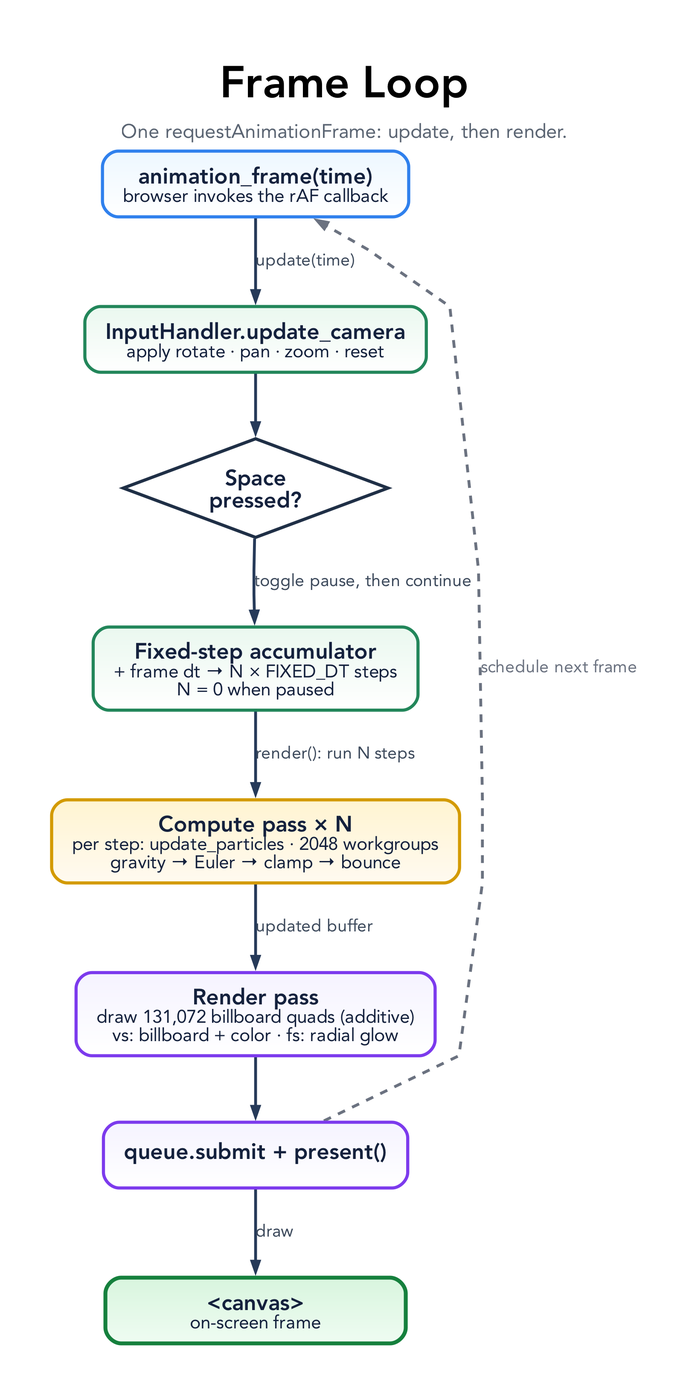
Above: docs/diagrams/frame-loop.png in tre-systems/galacto (Graphviz), before the change. Its source is kept beside it as docs/diagrams/frame-loop.dot.
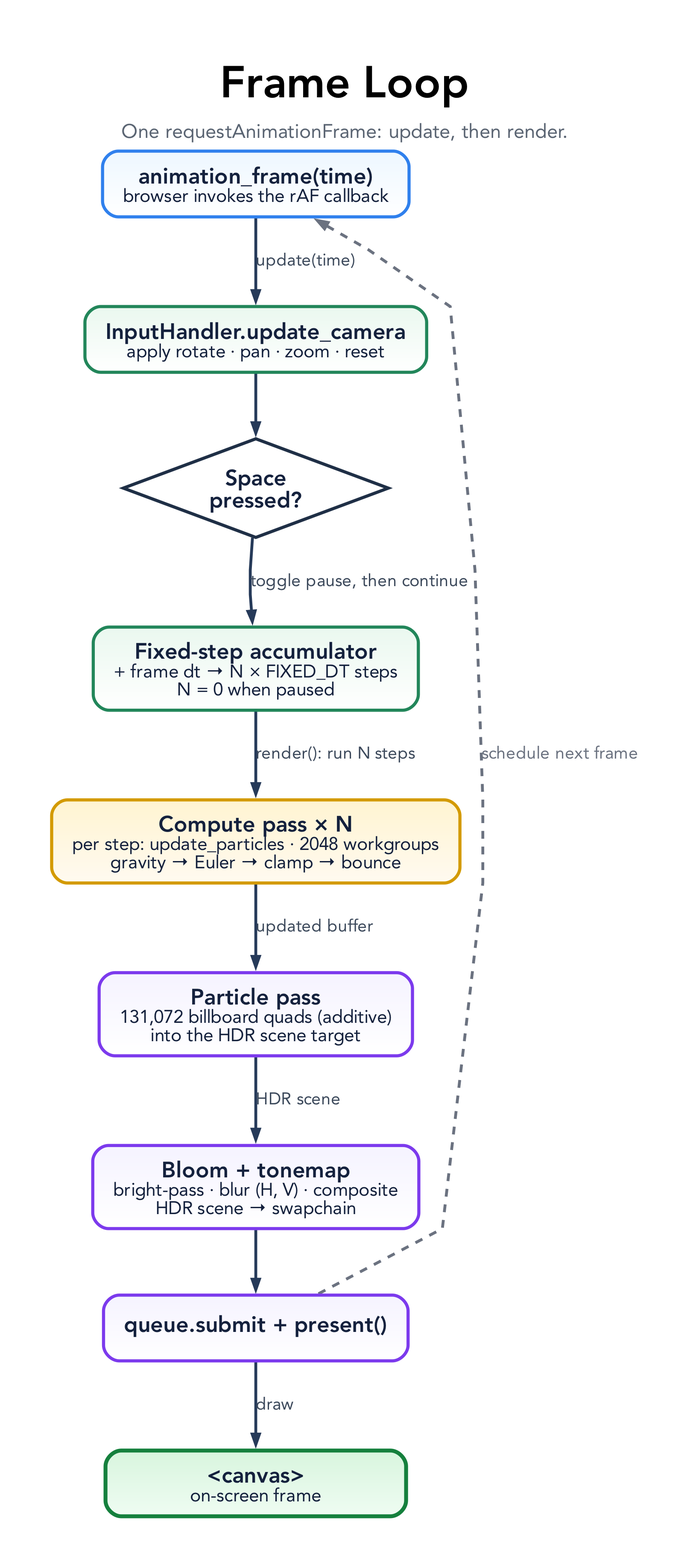
After the commit.

Commit message:
docs: document HDR bloom post-processing

Sync ARCHITECTURE (repo layout adds postprocess.rs/post.wgsl, the frame breakdown gains the HDR particle pass + bloom passes, and a Post-processing section) and the frame-loop diagram (Bloom + tonemap step). Broader docs/diagram refresh across the session's changes is still open.

Change to the diagram source:
```diff
@@ -51,7 +51,8 @@
   U3 [label=<<B>Fixed-step accumulator</B><BR/><FONT POINT-SIZE="14">+ frame dt → N × FIXED_DT steps<BR/>N = 0 when paused</FONT>>, fillcolor="#eaf8ef:#ffffff", color="#22865a"];
 
   CP [label=<<B>Compute pass × N</B><BR/><FONT POINT-SIZE="14">per step: update_particles · 2048 workgroups<BR/>gravity → Euler → clamp → bounce</FONT>>, fillcolor="#fff4d1:#fffaf0", color="#d39a00"];
-  RP [label=<<B>Render pass</B><BR/><FONT POINT-SIZE="14">draw 131,072 billboard quads (additive)<BR/>vs: billboard + color · fs: radial glow</FONT>>, fillcolor="#f5f3ff:#ffffff", color="#7c3aed"];
+  RP [label=<<B>Particle pass</B><BR/><FONT POINT-SIZE="14">131,072 billboard quads (additive)<BR/>into the HDR scene target</FONT>>, fillcolor="#f5f3ff:#ffffff", color="#7c3aed"];
+  BLOOM [label=<<B>Bloom + tonemap</B><BR/><FONT POINT-SIZE="14">bright-pass · blur (H, V) · composite<BR/>HDR scene → swapchain</FONT>>, fillcolor="#f5f3ff:#ffffff", color="#7c3aed"];
   PRES [label=<<B>queue.submit + present()</B>>, fillcolor="#f5f3ff:#ffffff", color="#7c3aed"];
 
   CANVAS [label=<<B>&lt;canvas&gt;</B><BR/><FONT POINT-SIZE="14">on-screen frame</FONT>>, fillcolor="#d8f5de:#effcf2", color="#15803d", penwidth=3.0];
@@ -61,7 +62,8 @@
   U2 -> U3 [label="toggle pause, then continue"];
   U3 -> CP [label="render(): run N steps"];
   CP -> RP [label="updated buffer"];
-  RP -> PRES;
+  RP -> BLOOM [label="HDR scene"];
+  BLOOM -> PRES;
   PRES -> CANVAS [label="draw"];
 
   PRES -> START [label="schedule next frame", color="#6b7280", fontcolor="#6b7280", style=dashed, constraint=false];
```
